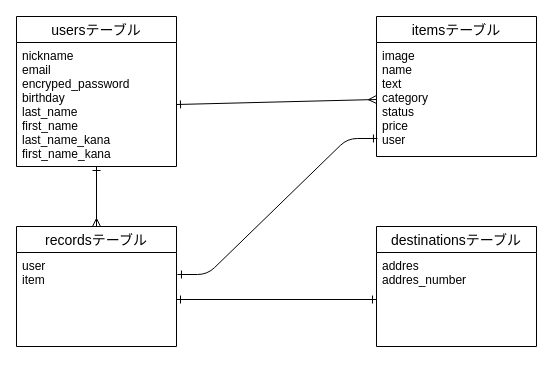
Above: datebase.dio in naoki-kanayama/furima-36727 (draw.io), before the change. Source tidied: cells renumbered, new cells numbered last; positions are measured from the earlier drawing's top-left corner, leaving out a move shared by most shapes. Both pictures are drawn from the tidied source at 100%, with x=0, y=0 at pixel (16, 16).
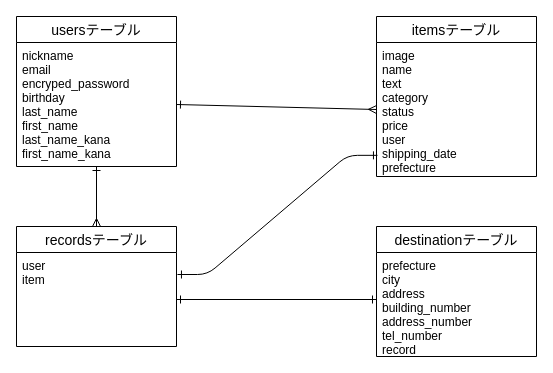
After the change.

Diff of the diagram source:
```diff
@@
 <mxGraphModel>
   <root>
     <mxCell id="0" />
     <mxCell id="1" parent="0" />
     <mxCell id="2" style="edgeStyle=none;rounded=0;jettySize=auto;html=1;startArrow=ERone;startFill=0;endArrow=ERmany;endFill=0;entryX=0.5;entryY=0;entryDx=0;entryDy=0;" parent="1" edge="1" source="3" target="7">
       <mxGeometry relative="1" as="geometry" />
     </mxCell>
     <mxCell id="3" value="usersテーブル" style="swimlane;fontStyle=0;horizontal=1;startSize=26;align=center;fontSize=14;" parent="1" vertex="1">
       <mxGeometry width="160" height="150" as="geometry" />
     </mxCell>
     <mxCell id="4" value="nickname&#10;email&#10;encryped_password&#10;birthday&#10;last_name&#10;first_name&#10;last_name_kana&#10;first_name_kana" style="text;strokeColor=none;fillColor=none;spacingLeft=4;spacingRight=4;overflow=hidden;points=[[0,0.5],[1,0.5]];portConstraint=eastwest;fontSize=12;" parent="3" vertex="1">
       <mxGeometry y="26" width="160" height="124" as="geometry" />
     </mxCell>
     <mxCell id="5" value="itemsテーブル" style="swimlane;fontStyle=0;horizontal=1;startSize=26;align=center;fontSize=14;" parent="1" vertex="1">
-      <mxGeometry x="360" width="160" height="140" as="geometry" />
+      <mxGeometry x="360" width="160" height="160" as="geometry" />
     </mxCell>
-    <mxCell id="6" value="image&#10;name&#10;text&#10;category&#10;status&#10;price&#10;user&#10;" style="text;strokeColor=none;fillColor=none;spacingLeft=4;spacingRight=4;overflow=hidden;points=[[0,0.5],[1,0.5]];portConstraint=eastwest;fontSize=12;" parent="5" vertex="1">
-      <mxGeometry y="26" width="160" height="114" as="geometry" />
+    <mxCell id="6" value="image&#10;name&#10;text&#10;category&#10;status&#10;price&#10;user&#10;shipping_date&#10;prefecture&#10;" style="text;strokeColor=none;fillColor=none;spacingLeft=4;spacingRight=4;overflow=hidden;points=[[0,0.5],[1,0.5]];portConstraint=eastwest;fontSize=12;" parent="5" vertex="1">
+      <mxGeometry y="26" width="160" height="134" as="geometry" />
     </mxCell>
     <mxCell id="7" value="recordsテーブル" style="swimlane;fontStyle=0;horizontal=1;startSize=26;align=center;fontSize=14;" parent="1" vertex="1">
       <mxGeometry y="210" width="160" height="120" as="geometry" />
     </mxCell>
     <mxCell id="8" value="user&#10;item&#10;" style="text;strokeColor=none;fillColor=none;spacingLeft=4;spacingRight=4;overflow=hidden;points=[[0,0.5],[1,0.5]];portConstraint=eastwest;fontSize=12;" parent="7" vertex="1">
       <mxGeometry y="26" width="160" height="94" as="geometry" />
     </mxCell>
-    <mxCell id="9" value="destinationsテーブル" style="swimlane;fontStyle=0;horizontal=1;startSize=26;align=center;fontSize=14;" parent="1" vertex="1">
-      <mxGeometry x="360" y="210" width="160" height="120" as="geometry" />
-    </mxCell>
-    <mxCell id="10" value="addres&#10;addres_number" style="text;strokeColor=none;fillColor=none;spacingLeft=4;spacingRight=4;overflow=hidden;points=[[0,0.5],[1,0.5]];portConstraint=eastwest;fontSize=12;" parent="9" vertex="1">
-      <mxGeometry y="26" width="160" height="94" as="geometry" />
-    </mxCell>
     <mxCell id="11" style="edgeStyle=none;rounded=0;jettySize=auto;html=1;exitX=1;exitY=0.5;exitDx=0;exitDy=0;entryX=0;entryY=0.5;entryDx=0;entryDy=0;startArrow=ERone;startFill=0;endArrow=ERmany;endFill=0;" parent="1" edge="1" source="4" target="6">
       <mxGeometry relative="1" as="geometry" />
     </mxCell>
-    <mxCell id="12" style="edgeStyle=none;rounded=0;jettySize=auto;html=1;exitX=0;exitY=0.5;exitDx=0;exitDy=0;entryX=1;entryY=0.5;entryDx=0;entryDy=0;startArrow=ERone;startFill=0;endArrow=ERone;endFill=0;" parent="1" edge="1" source="10" target="8">
-      <mxGeometry relative="1" as="geometry" />
+    <mxCell id="12" style="edgeStyle=none;rounded=0;jettySize=auto;html=1;exitX=0;exitY=0.5;exitDx=0;exitDy=0;entryX=1;entryY=0.5;entryDx=0;entryDy=0;startArrow=ERone;startFill=0;endArrow=ERone;endFill=0;" parent="1" edge="1" target="8">
+      <mxGeometry relative="1" as="geometry">
+        <mxPoint x="360" y="283" as="sourcePoint" />
+      </mxGeometry>
     </mxCell>
     <mxCell id="13" style="edgeStyle=entityRelationEdgeStyle;fontSize=12;html=1;endArrow=ERone;endFill=1;exitX=1.006;exitY=0.234;exitDx=0;exitDy=0;exitPerimeter=0;entryX=0.006;entryY=0.842;entryDx=0;entryDy=0;entryPerimeter=0;startArrow=ERone;startFill=0;" parent="1" edge="1" source="8" target="6">
       <mxGeometry relative="1" as="geometry" />
     </mxCell>
+    <mxCell id="14" value="destinationテーブル" style="swimlane;fontStyle=0;horizontal=1;startSize=26;align=center;fontSize=14;" parent="1" vertex="1">
+      <mxGeometry x="360" y="210" width="160" height="130" as="geometry" />
+    </mxCell>
+    <mxCell id="15" value="prefecture&#10;city&#10;address&#10;building_number&#10;address_number&#10;tel_number&#10;record&#10;&#10;" style="text;strokeColor=none;fillColor=none;spacingLeft=4;spacingRight=4;overflow=hidden;fontSize=12;" parent="14" vertex="1">
+      <mxGeometry y="26" width="160" height="104" as="geometry" />
+    </mxCell>
   </root>
 </mxGraphModel>
```
